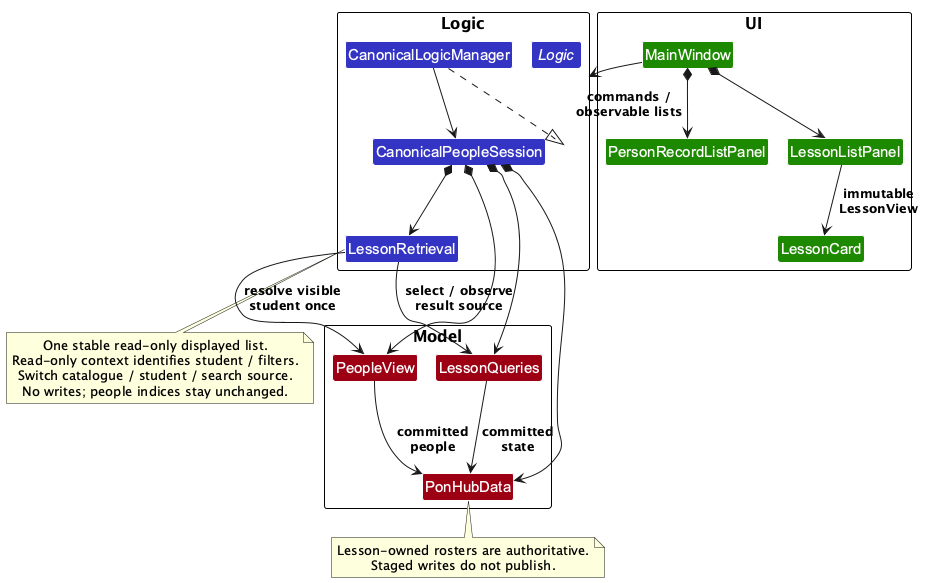
The PlantUML diagram docs/images/LessonRetrieval.png in AY2627S1-CS2103T-F13-3/tp, before a commit. Its diagram source:
```plantuml
@startuml
!pragma layout smetana
!include style.puml
skinparam classBackgroundColor LOGIC_COLOR
skinparam nodesep 75
skinparam ranksep 75

package UI {
    class MainWindow UI_COLOR
    class PersonRecordListPanel UI_COLOR
    class LessonListPanel UI_COLOR
    class LessonCard UI_COLOR
}
package Logic {
    interface Logic
    class CanonicalLogicManager
    class CanonicalPeopleSession
    class LessonRetrieval
}
package Model {
    class PeopleView MODEL_COLOR
    class LessonQueries MODEL_COLOR
    class PonHubData MODEL_COLOR
}

MainWindow *--> PersonRecordListPanel
MainWindow *--> LessonListPanel
LessonListPanel --> LessonCard : immutable\nLessonView
MainWindow --> Logic : commands /\nobservable lists
CanonicalLogicManager ..|> Logic
CanonicalLogicManager --> CanonicalPeopleSession
CanonicalPeopleSession *--> LessonRetrieval
CanonicalPeopleSession *--> LessonQueries
CanonicalPeopleSession *--> PeopleView
CanonicalPeopleSession *--> PonHubData
LessonRetrieval --> PeopleView : resolve visible\nstudent once
LessonRetrieval --> LessonQueries : select / observe\nresult source
LessonQueries --> PonHubData : committed\nstate
PeopleView --> PonHubData : committed\npeople

note bottom of LessonRetrieval
  One stable read-only displayed list.
  Read-only context identifies student / filters.
  Switch catalogue / student / search source.
  No writes; people indices stay unchanged.
end note
note bottom of PonHubData
  Lesson-owned rosters are authoritative.
  Staged writes do not publish.
end note
@enduml
```
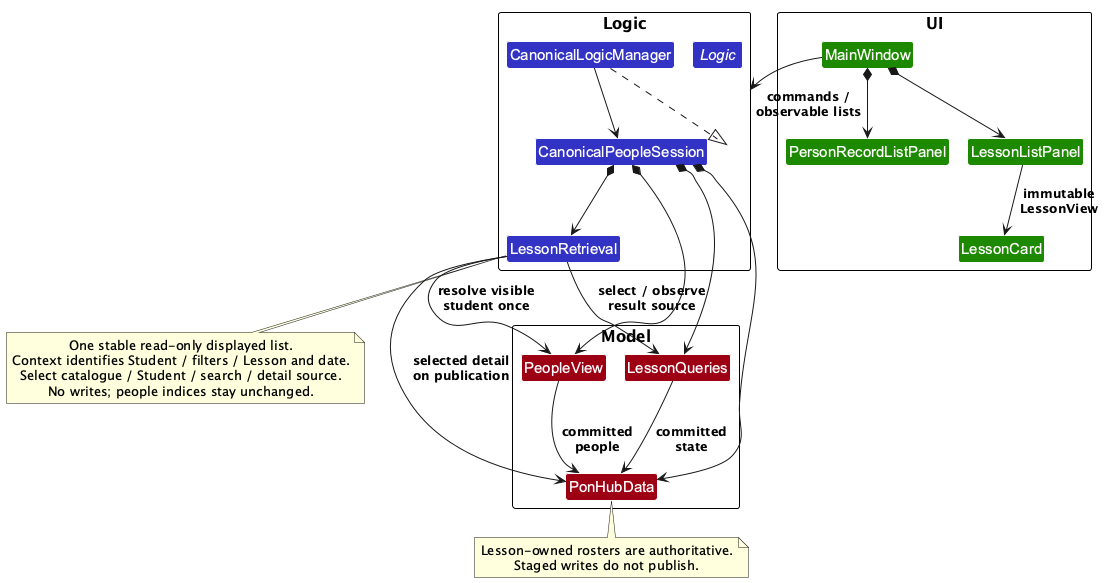
The same diagram one commit later.

Commit message:
Illustrate indexed search and committed refresh

What changed in the source:
```diff
@@ -35,13 +35,14 @@
 CanonicalPeopleSession *--> PonHubData
 LessonRetrieval --> PeopleView : resolve visible\nstudent once
 LessonRetrieval --> LessonQueries : select / observe\nresult source
+LessonRetrieval --> PonHubData : selected detail\non publication
 LessonQueries --> PonHubData : committed\nstate
 PeopleView --> PonHubData : committed\npeople
 
 note bottom of LessonRetrieval
   One stable read-only displayed list.
-  Read-only context identifies student / filters.
-  Switch catalogue / student / search source.
+  Context identifies Student / filters / Lesson and date.
+  Select catalogue / Student / search / detail source.
   No writes; people indices stay unchanged.
 end note
 note bottom of PonHubData
```
